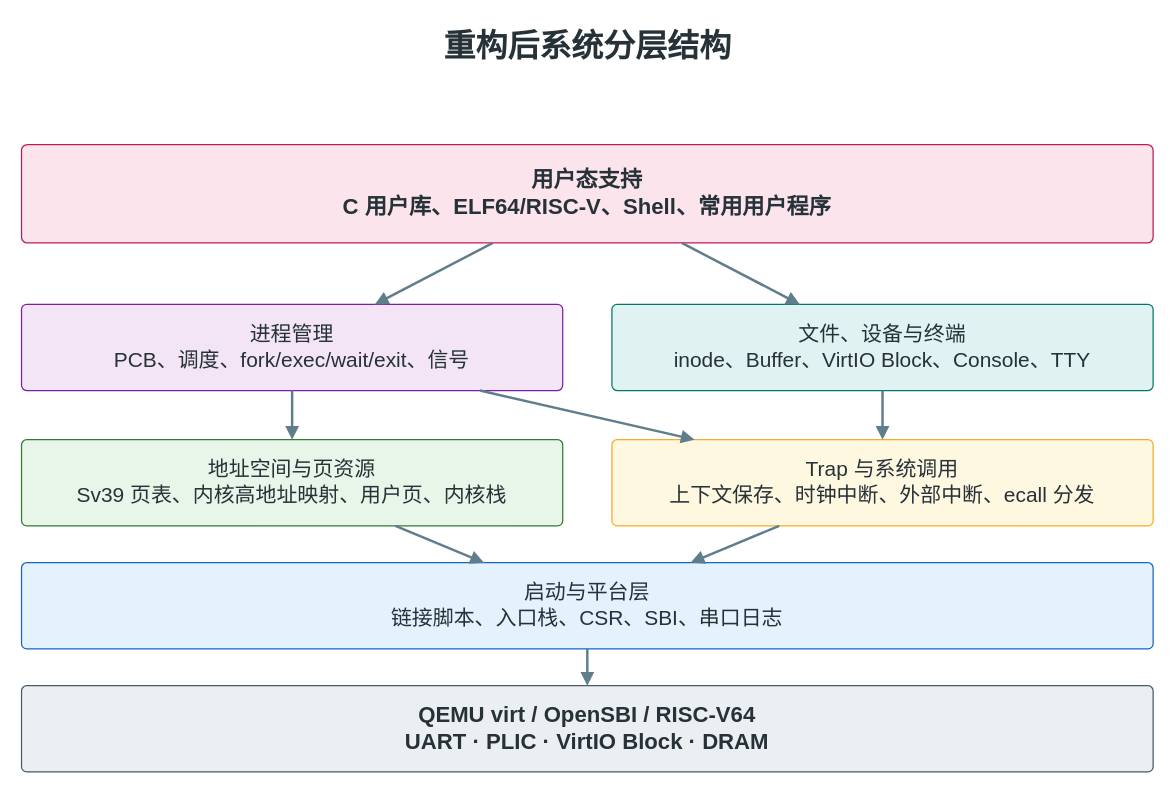
greatbridf/Thesis keeps this draw.io diagram as figures/system-architecture.drawio. Above is the earlier version. Source tidied: cells renumbered, new cells numbered last; positions are measured from the earlier drawing's top-left corner, leaving out a move shared by most shapes. Both pictures are drawn from the tidied source at 123%, with x=0, y=0 at pixel (21, 21).
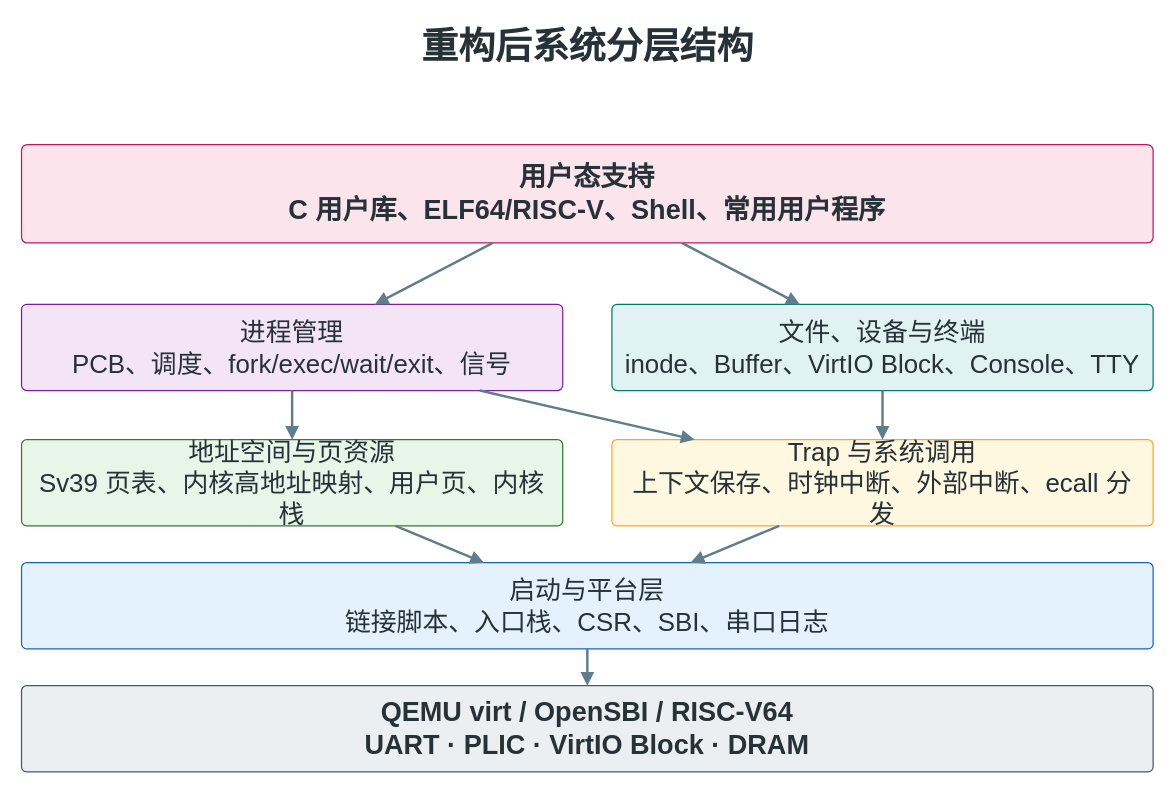
The same diagram, later.

What changed in the source:
```diff
@@
 <mxGraphModel>
   <root>
     <mxCell id="0" />
     <mxCell id="1" parent="0" />
-    <mxCell id="2" value="重构后系统分层结构" style="text;html=1;strokeColor=none;fillColor=none;fontSize=26;fontStyle=1;fontColor=#263238;align=center;verticalAlign=middle;" parent="1" vertex="1">
+    <mxCell id="2" value="重构后系统分层结构" style="text;html=1;strokeColor=none;fillColor=none;fontSize=30;fontStyle=1;fontColor=#263238;align=center;verticalAlign=middle;" parent="1" vertex="1">
       <mxGeometry x="240" width="440" height="40" as="geometry" />
     </mxCell>
-    <mxCell id="3" value="QEMU virt / OpenSBI / RISC-V64&#10;UART · PLIC · VirtIO Block · DRAM" style="rounded=1;whiteSpace=wrap;html=1;arcSize=6;fillColor=#ECEFF1;strokeColor=#455A64;fontSize=18;fontStyle=1;fontColor=#263238;spacing=10;" parent="1" vertex="1">
+    <mxCell id="3" value="QEMU virt / OpenSBI / RISC-V64&#10;UART · PLIC · VirtIO Block · DRAM" style="rounded=1;whiteSpace=wrap;html=1;arcSize=6;fillColor=#ECEFF1;strokeColor=#455A64;fontSize=22;fontStyle=1;fontColor=#263238;spacing=10;" parent="1" vertex="1">
       <mxGeometry y="540" width="920" height="70" as="geometry" />
     </mxCell>
-    <mxCell id="4" value="启动与平台层&#10;链接脚本、入口栈、CSR、SBI、串口日志" style="rounded=1;whiteSpace=wrap;html=1;arcSize=6;fillColor=#E3F2FD;strokeColor=#1565C0;fontSize=17;fontColor=#263238;spacing=8;" parent="1" vertex="1">
+    <mxCell id="4" value="启动与平台层&#10;链接脚本、入口栈、CSR、SBI、串口日志" style="rounded=1;whiteSpace=wrap;html=1;arcSize=6;fillColor=#E3F2FD;strokeColor=#1565C0;fontSize=21;fontColor=#263238;spacing=8;" parent="1" vertex="1">
       <mxGeometry y="440" width="920" height="70" as="geometry" />
     </mxCell>
-    <mxCell id="5" value="地址空间与页资源&#10;Sv39 页表、内核高地址映射、用户页、内核栈" style="rounded=1;whiteSpace=wrap;html=1;arcSize=6;fillColor=#E8F5E9;strokeColor=#2E7D32;fontSize=17;fontColor=#263238;spacing=8;" parent="1" vertex="1">
+    <mxCell id="5" value="地址空间与页资源&#10;Sv39 页表、内核高地址映射、用户页、内核栈" style="rounded=1;whiteSpace=wrap;html=1;arcSize=6;fillColor=#E8F5E9;strokeColor=#2E7D32;fontSize=21;fontColor=#263238;spacing=8;" parent="1" vertex="1">
       <mxGeometry y="340" width="440" height="70" as="geometry" />
     </mxCell>
-    <mxCell id="6" value="Trap 与系统调用&#10;上下文保存、时钟中断、外部中断、ecall 分发" style="rounded=1;whiteSpace=wrap;html=1;arcSize=6;fillColor=#FFF8E1;strokeColor=#F9A825;fontSize=17;fontColor=#263238;spacing=8;" parent="1" vertex="1">
+    <mxCell id="6" value="Trap 与系统调用&#10;上下文保存、时钟中断、外部中断、ecall 分发" style="rounded=1;whiteSpace=wrap;html=1;arcSize=6;fillColor=#FFF8E1;strokeColor=#F9A825;fontSize=21;fontColor=#263238;spacing=8;" parent="1" vertex="1">
       <mxGeometry x="480" y="340" width="440" height="70" as="geometry" />
     </mxCell>
-    <mxCell id="7" value="进程管理&#10;PCB、调度、fork/exec/wait/exit、信号" style="rounded=1;whiteSpace=wrap;html=1;arcSize=6;fillColor=#F3E5F5;strokeColor=#7B1FA2;fontSize=17;fontColor=#263238;spacing=8;" parent="1" vertex="1">
+    <mxCell id="7" value="进程管理&#10;PCB、调度、fork/exec/wait/exit、信号" style="rounded=1;whiteSpace=wrap;html=1;arcSize=6;fillColor=#F3E5F5;strokeColor=#7B1FA2;fontSize=21;fontColor=#263238;spacing=8;" parent="1" vertex="1">
       <mxGeometry y="230" width="440" height="70" as="geometry" />
     </mxCell>
-    <mxCell id="8" value="文件、设备与终端&#10;inode、Buffer、VirtIO Block、Console、TTY" style="rounded=1;whiteSpace=wrap;html=1;arcSize=6;fillColor=#E0F2F1;strokeColor=#00796B;fontSize=17;fontColor=#263238;spacing=8;" parent="1" vertex="1">
+    <mxCell id="8" value="文件、设备与终端&#10;inode、Buffer、VirtIO Block、Console、TTY" style="rounded=1;whiteSpace=wrap;html=1;arcSize=6;fillColor=#E0F2F1;strokeColor=#00796B;fontSize=21;fontColor=#263238;spacing=8;" parent="1" vertex="1">
       <mxGeometry x="480" y="230" width="440" height="70" as="geometry" />
     </mxCell>
-    <mxCell id="9" value="用户态支持&#10;C 用户库、ELF64/RISC-V、Shell、常用用户程序" style="rounded=1;whiteSpace=wrap;html=1;arcSize=6;fillColor=#FCE4EC;strokeColor=#C2185B;fontSize=18;fontStyle=1;fontColor=#263238;spacing=10;" parent="1" vertex="1">
+    <mxCell id="9" value="用户态支持&#10;C 用户库、ELF64/RISC-V、Shell、常用用户程序" style="rounded=1;whiteSpace=wrap;html=1;arcSize=6;fillColor=#FCE4EC;strokeColor=#C2185B;fontSize=22;fontStyle=1;fontColor=#263238;spacing=10;" parent="1" vertex="1">
       <mxGeometry y="100" width="920" height="80" as="geometry" />
     </mxCell>
     <mxCell id="10" style="endArrow=block;html=1;rounded=0;strokeWidth=2;strokeColor=#607D8B;" parent="1" edge="1" source="9" target="7">
       <mxGeometry relative="1" as="geometry" />
     </mxCell>
     <mxCell id="11" style="endArrow=block;html=1;rounded=0;strokeWidth=2;strokeColor=#607D8B;" parent="1" edge="1" source="9" target="8">
       <mxGeometry relative="1" as="geometry" />
     </mxCell>
     <mxCell id="12" style="endArrow=block;html=1;rounded=0;strokeWidth=2;strokeColor=#607D8B;" parent="1" edge="1" source="7" target="5">
       <mxGeometry relative="1" as="geometry" />
     </mxCell>
     <mxCell id="13" style="endArrow=block;html=1;rounded=0;strokeWidth=2;strokeColor=#607D8B;" parent="1" edge="1" source="7" target="6">
       <mxGeometry relative="1" as="geometry" />
     </mxCell>
     <mxCell id="14" style="endArrow=block;html=1;rounded=0;strokeWidth=2;strokeColor=#607D8B;" parent="1" edge="1" source="8" target="6">
       <mxGeometry relative="1" as="geometry" />
     </mxCell>
     <mxCell id="15" style="endArrow=block;html=1;rounded=0;strokeWidth=2;strokeColor=#607D8B;" parent="1" edge="1" source="5" target="4">
       <mxGeometry relative="1" as="geometry" />
     </mxCell>
     <mxCell id="16" style="endArrow=block;html=1;rounded=0;strokeWidth=2;strokeColor=#607D8B;" parent="1" edge="1" source="6" target="4">
       <mxGeometry relative="1" as="geometry" />
     </mxCell>
     <mxCell id="17" style="endArrow=block;html=1;rounded=0;strokeWidth=2;strokeColor=#607D8B;" parent="1" edge="1" source="4" target="3">
       <mxGeometry relative="1" as="geometry" />
     </mxCell>
   </root>
 </mxGraphModel>
```
